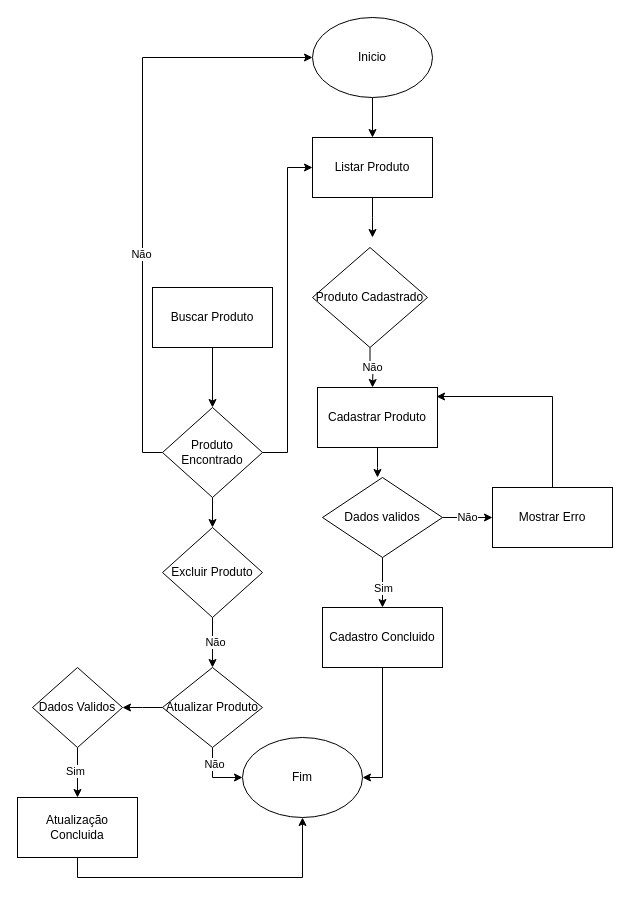
Above: page "Página-4" (4 of 10) of doc/fluxograma.drawio in pati573022/avatarapp (draw.io), before the change. Source tidied: cells renumbered, new cells numbered last; positions are measured from the earlier drawing's top-left corner, leaving out a move shared by most shapes. Both pictures are drawn from the tidied source at 100%, with x=0, y=0 at pixel (17, 17).
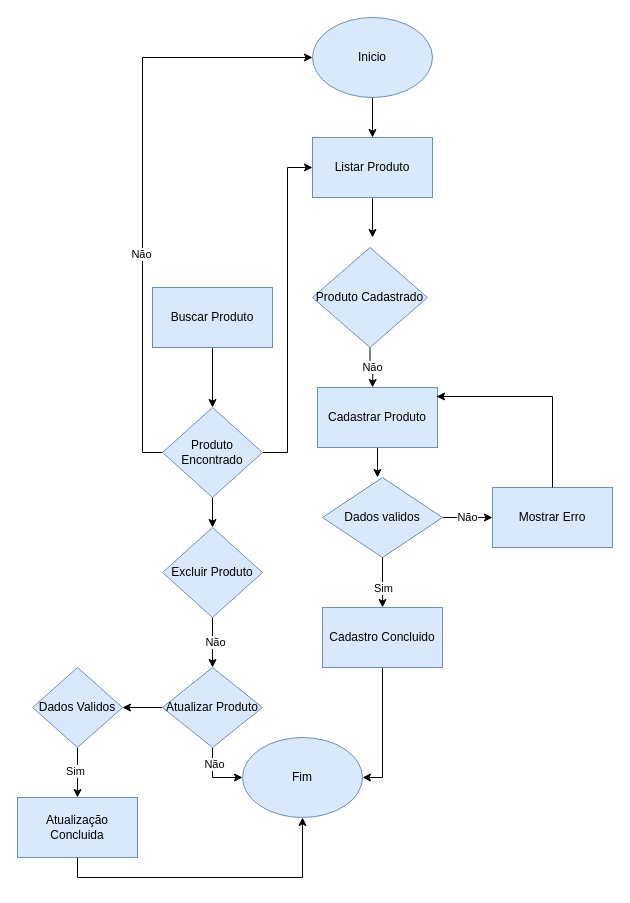
After the change.

Diff of the diagram source:
```diff
@@
-    <mxCell id="3" value="Inicio" style="ellipse;whiteSpace=wrap;html=1;" parent="1" vertex="1">
+    <mxCell id="3" value="Inicio" style="ellipse;whiteSpace=wrap;html=1;fillColor=#dae8fc;strokeColor=#6c8ebf;" parent="1" vertex="1">
       <mxGeometry x="295" width="120" height="80" as="geometry" />
     </mxCell>
@@
-    <mxCell id="5" value="Listar Produto" style="rounded=0;whiteSpace=wrap;html=1;" parent="1" vertex="1">
+    <mxCell id="5" value="Listar Produto" style="rounded=0;whiteSpace=wrap;html=1;fillColor=#dae8fc;strokeColor=#6c8ebf;" parent="1" vertex="1">
       <mxGeometry x="295" y="120" width="120" height="60" as="geometry" />
     </mxCell>
@@
-    <mxCell id="7" value="Produto Cadastrado" style="rhombus;whiteSpace=wrap;html=1;" parent="1" vertex="1">
+    <mxCell id="7" value="Produto Cadastrado" style="rhombus;whiteSpace=wrap;html=1;fillColor=#dae8fc;strokeColor=#6c8ebf;" parent="1" vertex="1">
       <mxGeometry x="295" y="230" width="115" height="100" as="geometry" />
     </mxCell>
@@
-    <mxCell id="9" value="Cadastrar Produto" style="rounded=0;whiteSpace=wrap;html=1;" parent="1" vertex="1">
+    <mxCell id="9" value="Cadastrar Produto" style="rounded=0;whiteSpace=wrap;html=1;fillColor=#dae8fc;strokeColor=#6c8ebf;" parent="1" vertex="1">
       <mxGeometry x="300" y="370" width="120" height="60" as="geometry" />
     </mxCell>
@@
-    <mxCell id="11" value="Dados validos" style="rhombus;whiteSpace=wrap;html=1;" parent="1" vertex="1">
+    <mxCell id="11" value="Dados validos" style="rhombus;whiteSpace=wrap;html=1;fillColor=#dae8fc;strokeColor=#6c8ebf;" parent="1" vertex="1">
       <mxGeometry x="305" y="460" width="120" height="80" as="geometry" />
     </mxCell>
-    <mxCell id="12" value="Mostrar Erro" style="rounded=0;whiteSpace=wrap;html=1;" parent="1" vertex="1">
+    <mxCell id="12" value="Mostrar Erro" style="rounded=0;whiteSpace=wrap;html=1;fillColor=#dae8fc;strokeColor=#6c8ebf;" parent="1" vertex="1">
       <mxGeometry x="475" y="470" width="120" height="60" as="geometry" />
     </mxCell>
@@
-    <mxCell id="17" value="Cadastro Concluido" style="rounded=0;whiteSpace=wrap;html=1;" parent="1" vertex="1">
+    <mxCell id="17" value="Cadastro Concluido" style="rounded=0;whiteSpace=wrap;html=1;fillColor=#dae8fc;strokeColor=#6c8ebf;" parent="1" vertex="1">
       <mxGeometry x="305" y="590" width="120" height="60" as="geometry" />
     </mxCell>
@@
-    <mxCell id="19" value="Buscar Produto" style="rounded=0;whiteSpace=wrap;html=1;" parent="1" vertex="1">
+    <mxCell id="19" value="Buscar Produto" style="rounded=0;whiteSpace=wrap;html=1;fillColor=#dae8fc;strokeColor=#6c8ebf;" parent="1" vertex="1">
       <mxGeometry x="135" y="270" width="120" height="60" as="geometry" />
     </mxCell>
@@
-    <mxCell id="24" value="Produto Encontrado" style="rhombus;whiteSpace=wrap;html=1;" parent="1" vertex="1">
+    <mxCell id="24" value="Produto Encontrado" style="rhombus;whiteSpace=wrap;html=1;fillColor=#dae8fc;strokeColor=#6c8ebf;" parent="1" vertex="1">
       <mxGeometry x="145" y="390" width="100" height="90" as="geometry" />
     </mxCell>
@@
-    <mxCell id="27" value="Excluir Produto" style="rhombus;whiteSpace=wrap;html=1;" parent="1" vertex="1">
+    <mxCell id="27" value="Excluir Produto" style="rhombus;whiteSpace=wrap;html=1;fillColor=#dae8fc;strokeColor=#6c8ebf;" parent="1" vertex="1">
       <mxGeometry x="145" y="510" width="100" height="90" as="geometry" />
     </mxCell>
@@
-    <mxCell id="31" value="Atualizar Produto" style="rhombus;whiteSpace=wrap;html=1;" parent="1" vertex="1">
+    <mxCell id="31" value="Atualizar Produto" style="rhombus;whiteSpace=wrap;html=1;fillColor=#dae8fc;strokeColor=#6c8ebf;" parent="1" vertex="1">
       <mxGeometry x="145" y="650" width="100" height="80" as="geometry" />
     </mxCell>
-    <mxCell id="32" value="Fim" style="ellipse;whiteSpace=wrap;html=1;" parent="1" vertex="1">
+    <mxCell id="32" value="Fim" style="ellipse;whiteSpace=wrap;html=1;fillColor=#dae8fc;strokeColor=#6c8ebf;" parent="1" vertex="1">
       <mxGeometry x="225" y="720" width="120" height="80" as="geometry" />
     </mxCell>
@@
-    <mxCell id="34" value="Atualização Concluida" style="rounded=0;whiteSpace=wrap;html=1;" parent="1" vertex="1">
+    <mxCell id="34" value="Atualização Concluida" style="rounded=0;whiteSpace=wrap;html=1;fillColor=#dae8fc;strokeColor=#6c8ebf;" parent="1" vertex="1">
       <mxGeometry y="780" width="120" height="60" as="geometry" />
     </mxCell>
@@
-    <mxCell id="37" value="Dados Validos" style="rhombus;whiteSpace=wrap;html=1;" parent="1" vertex="1">
+    <mxCell id="37" value="Dados Validos" style="rhombus;whiteSpace=wrap;html=1;fillColor=#dae8fc;strokeColor=#6c8ebf;" parent="1" vertex="1">
       <mxGeometry x="15" y="650" width="90" height="80" as="geometry" />
     </mxCell>
```
